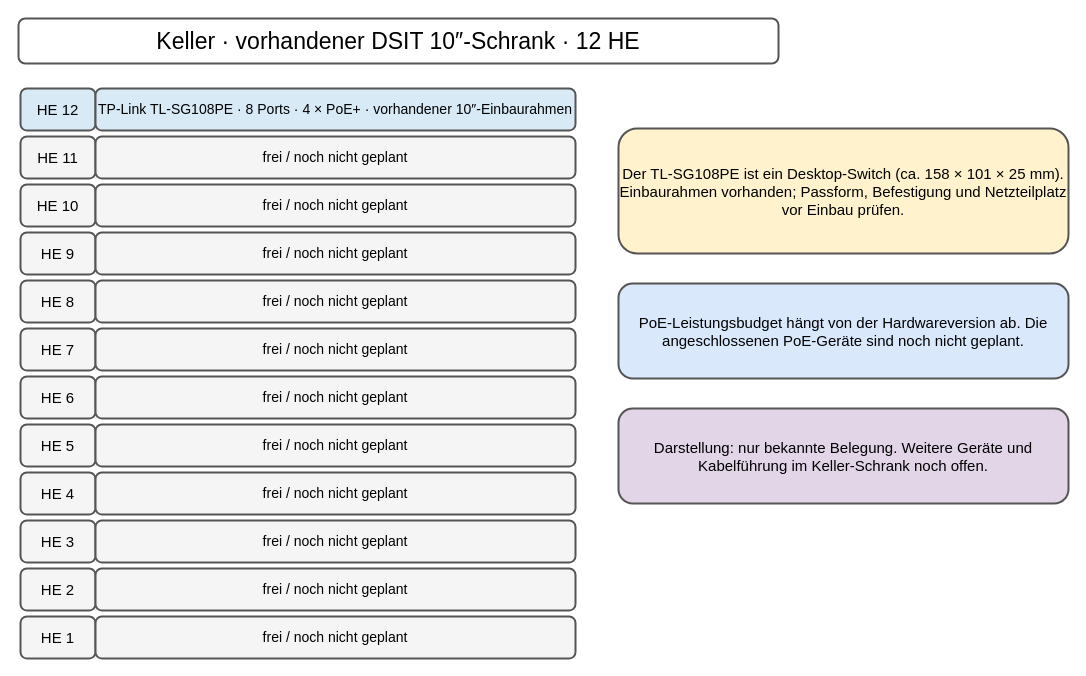
tiptronic/diagrams keeps this draw.io diagram as page "Keller – DSIT 12 HE" (4 of 4) of 10-zoll-rack-planung.drawio. Above is the earlier version. Source tidied: cells renumbered, new cells numbered last; positions are measured from the earlier drawing's top-left corner, leaving out a move shared by most shapes. Both pictures are drawn from the tidied source at 100%, with x=0, y=0 at pixel (18, 18).
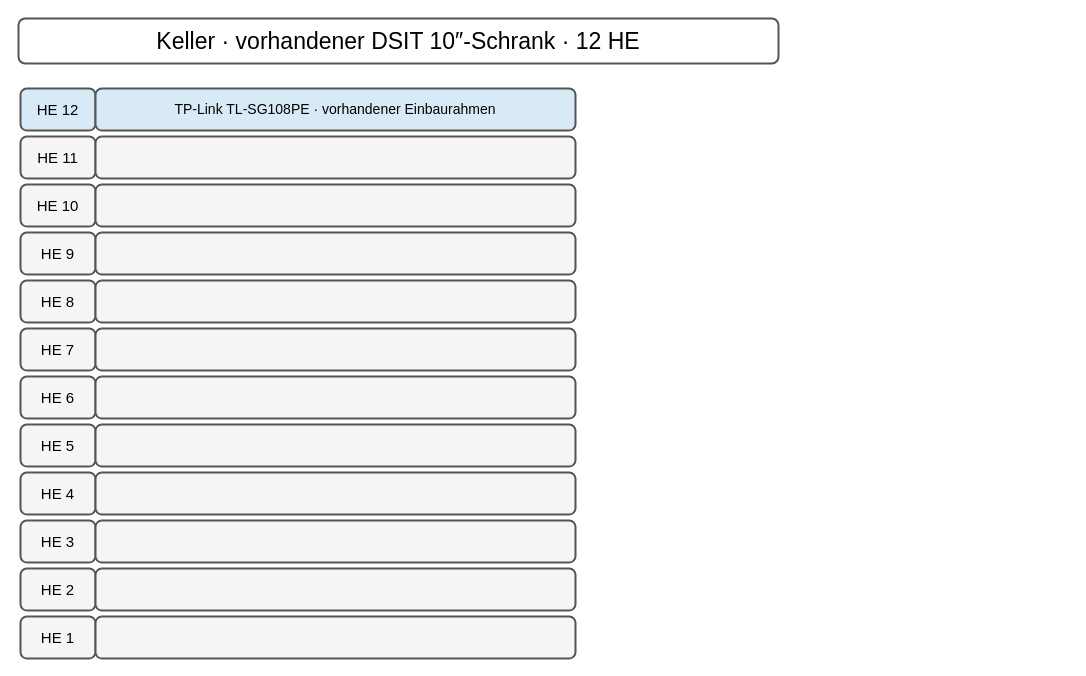
The same page after the edit.

What changed in the source:
```diff
@@
-    <mxCell id="4" value="TP-Link TL-SG108PE · 8 Ports · 4 × PoE+ · vorhandener 10″-Einbaurahmen" style="rounded=1;whiteSpace=wrap;html=1;align=center;verticalAlign=middle;strokeWidth=2;fontSize=14;fillColor=#d9eaf7;strokeColor=#555555;" parent="1" vertex="1">
+    <mxCell id="4" value="TP-Link TL-SG108PE · vorhandener Einbaurahmen" style="rounded=1;whiteSpace=wrap;html=1;align=center;verticalAlign=middle;strokeWidth=2;fontSize=14;fillColor=#d9eaf7;strokeColor=#555555;" parent="1" vertex="1">
       <mxGeometry x="77" y="70" width="480" height="42" as="geometry" />
     </mxCell>
@@
-    <mxCell id="6" value="frei / noch nicht geplant" style="rounded=1;whiteSpace=wrap;html=1;align=center;verticalAlign=middle;strokeWidth=2;fontSize=14;fillColor=#f5f5f5;strokeColor=#555555;" parent="1" vertex="1">
+    <mxCell id="6" style="rounded=1;whiteSpace=wrap;html=1;align=center;verticalAlign=middle;strokeWidth=2;fontSize=14;fillColor=#f5f5f5;strokeColor=#555555;" parent="1" vertex="1">
       <mxGeometry x="77" y="118" width="480" height="42" as="geometry" />
     </mxCell>
@@
-    <mxCell id="8" value="frei / noch nicht geplant" style="rounded=1;whiteSpace=wrap;html=1;align=center;verticalAlign=middle;strokeWidth=2;fontSize=14;fillColor=#f5f5f5;strokeColor=#555555;" parent="1" vertex="1">
+    <mxCell id="8" style="rounded=1;whiteSpace=wrap;html=1;align=center;verticalAlign=middle;strokeWidth=2;fontSize=14;fillColor=#f5f5f5;strokeColor=#555555;" parent="1" vertex="1">
       <mxGeometry x="77" y="166" width="480" height="42" as="geometry" />
     </mxCell>
@@
-    <mxCell id="10" value="frei / noch nicht geplant" style="rounded=1;whiteSpace=wrap;html=1;align=center;verticalAlign=middle;strokeWidth=2;fontSize=14;fillColor=#f5f5f5;strokeColor=#555555;" parent="1" vertex="1">
+    <mxCell id="10" style="rounded=1;whiteSpace=wrap;html=1;align=center;verticalAlign=middle;strokeWidth=2;fontSize=14;fillColor=#f5f5f5;strokeColor=#555555;" parent="1" vertex="1">
       <mxGeometry x="77" y="214" width="480" height="42" as="geometry" />
     </mxCell>
@@
-    <mxCell id="12" value="frei / noch nicht geplant" style="rounded=1;whiteSpace=wrap;html=1;align=center;verticalAlign=middle;strokeWidth=2;fontSize=14;fillColor=#f5f5f5;strokeColor=#555555;" parent="1" vertex="1">
+    <mxCell id="12" style="rounded=1;whiteSpace=wrap;html=1;align=center;verticalAlign=middle;strokeWidth=2;fontSize=14;fillColor=#f5f5f5;strokeColor=#555555;" parent="1" vertex="1">
       <mxGeometry x="77" y="262" width="480" height="42" as="geometry" />
     </mxCell>
@@
-    <mxCell id="14" value="frei / noch nicht geplant" style="rounded=1;whiteSpace=wrap;html=1;align=center;verticalAlign=middle;strokeWidth=2;fontSize=14;fillColor=#f5f5f5;strokeColor=#555555;" parent="1" vertex="1">
+    <mxCell id="14" style="rounded=1;whiteSpace=wrap;html=1;align=center;verticalAlign=middle;strokeWidth=2;fontSize=14;fillColor=#f5f5f5;strokeColor=#555555;" parent="1" vertex="1">
       <mxGeometry x="77" y="310" width="480" height="42" as="geometry" />
     </mxCell>
@@
-    <mxCell id="16" value="frei / noch nicht geplant" style="rounded=1;whiteSpace=wrap;html=1;align=center;verticalAlign=middle;strokeWidth=2;fontSize=14;fillColor=#f5f5f5;strokeColor=#555555;" parent="1" vertex="1">
+    <mxCell id="16" style="rounded=1;whiteSpace=wrap;html=1;align=center;verticalAlign=middle;strokeWidth=2;fontSize=14;fillColor=#f5f5f5;strokeColor=#555555;" parent="1" vertex="1">
       <mxGeometry x="77" y="358" width="480" height="42" as="geometry" />
     </mxCell>
@@
-    <mxCell id="18" value="frei / noch nicht geplant" style="rounded=1;whiteSpace=wrap;html=1;align=center;verticalAlign=middle;strokeWidth=2;fontSize=14;fillColor=#f5f5f5;strokeColor=#555555;" parent="1" vertex="1">
+    <mxCell id="18" style="rounded=1;whiteSpace=wrap;html=1;align=center;verticalAlign=middle;strokeWidth=2;fontSize=14;fillColor=#f5f5f5;strokeColor=#555555;" parent="1" vertex="1">
       <mxGeometry x="77" y="406" width="480" height="42" as="geometry" />
     </mxCell>
@@
-    <mxCell id="20" value="frei / noch nicht geplant" style="rounded=1;whiteSpace=wrap;html=1;align=center;verticalAlign=middle;strokeWidth=2;fontSize=14;fillColor=#f5f5f5;strokeColor=#555555;" parent="1" vertex="1">
+    <mxCell id="20" style="rounded=1;whiteSpace=wrap;html=1;align=center;verticalAlign=middle;strokeWidth=2;fontSize=14;fillColor=#f5f5f5;strokeColor=#555555;" parent="1" vertex="1">
       <mxGeometry x="77" y="454" width="480" height="42" as="geometry" />
     </mxCell>
@@
-    <mxCell id="22" value="frei / noch nicht geplant" style="rounded=1;whiteSpace=wrap;html=1;align=center;verticalAlign=middle;strokeWidth=2;fontSize=14;fillColor=#f5f5f5;strokeColor=#555555;" parent="1" vertex="1">
+    <mxCell id="22" style="rounded=1;whiteSpace=wrap;html=1;align=center;verticalAlign=middle;strokeWidth=2;fontSize=14;fillColor=#f5f5f5;strokeColor=#555555;" parent="1" vertex="1">
       <mxGeometry x="77" y="502" width="480" height="42" as="geometry" />
     </mxCell>
@@
-    <mxCell id="24" value="frei / noch nicht geplant" style="rounded=1;whiteSpace=wrap;html=1;align=center;verticalAlign=middle;strokeWidth=2;fontSize=14;fillColor=#f5f5f5;strokeColor=#555555;" parent="1" vertex="1">
+    <mxCell id="24" style="rounded=1;whiteSpace=wrap;html=1;align=center;verticalAlign=middle;strokeWidth=2;fontSize=14;fillColor=#f5f5f5;strokeColor=#555555;" parent="1" vertex="1">
       <mxGeometry x="77" y="550" width="480" height="42" as="geometry" />
     </mxCell>
@@
-    <mxCell id="26" value="frei / noch nicht geplant" style="rounded=1;whiteSpace=wrap;html=1;align=center;verticalAlign=middle;strokeWidth=2;fontSize=14;fillColor=#f5f5f5;strokeColor=#555555;" parent="1" vertex="1">
+    <mxCell id="26" style="rounded=1;whiteSpace=wrap;html=1;align=center;verticalAlign=middle;strokeWidth=2;fontSize=14;fillColor=#f5f5f5;strokeColor=#555555;" parent="1" vertex="1">
       <mxGeometry x="77" y="598" width="480" height="42" as="geometry" />
     </mxCell>
-    <mxCell id="27" value="Der TL-SG108PE ist ein Desktop-Switch (ca. 158 × 101 × 25 mm). Einbaurahmen vorhanden; Passform, Befestigung und Netzteilplatz vor Einbau prüfen." style="rounded=1;whiteSpace=wrap;html=1;align=center;verticalAlign=middle;strokeWidth=2;fontSize=15;fillColor=#fff2cc;strokeColor=#555555;" parent="1" vertex="1">
-      <mxGeometry x="600" y="110" width="450" height="125" as="geometry" />
-    </mxCell>
-    <mxCell id="28" value="PoE-Leistungsbudget hängt von der Hardwareversion ab. Die angeschlossenen PoE-Geräte sind noch nicht geplant." style="rounded=1;whiteSpace=wrap;html=1;align=center;verticalAlign=middle;strokeWidth=2;fontSize=15;fillColor=#dae8fc;strokeColor=#555555;" parent="1" vertex="1">
-      <mxGeometry x="600" y="265" width="450" height="95" as="geometry" />
-    </mxCell>
-    <mxCell id="29" value="Darstellung: nur bekannte Belegung. Weitere Geräte und Kabelführung im Keller-Schrank noch offen." style="rounded=1;whiteSpace=wrap;html=1;align=center;verticalAlign=middle;strokeWidth=2;fontSize=15;fillColor=#e1d5e7;strokeColor=#555555;" parent="1" vertex="1">
-      <mxGeometry x="600" y="390" width="450" height="95" as="geometry" />
-    </mxCell>
```
